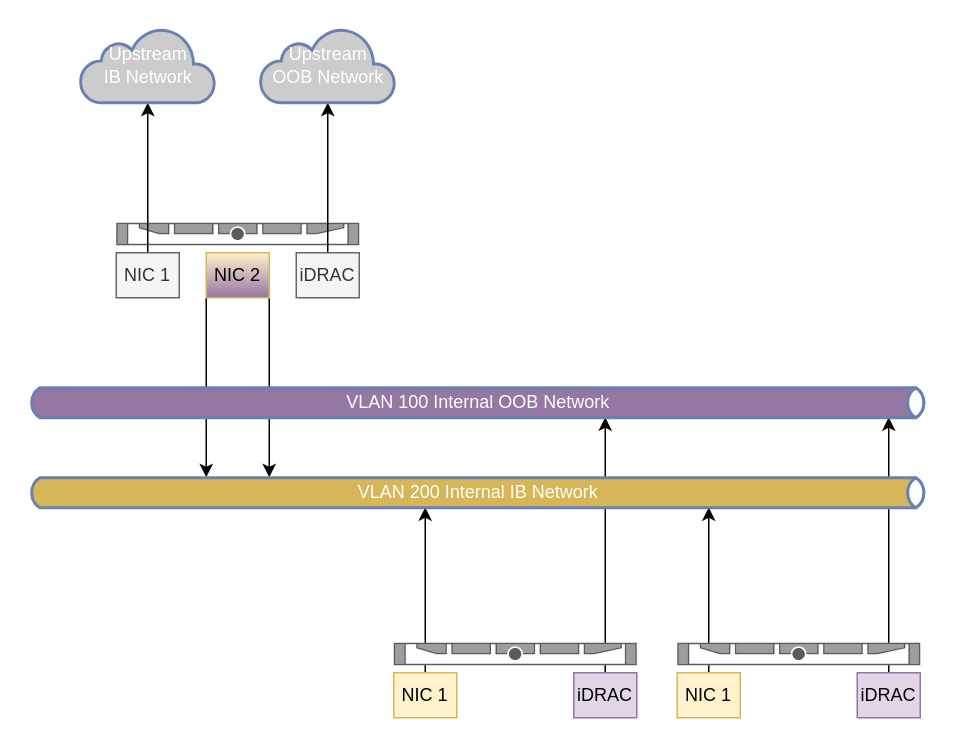
Earlier version of the draw.io diagram infra/cork-one/network-architecture.drawio (simontesar/metal-operator-test-framework). Source tidied: cells renumbered, new cells numbered last; positions are measured from the earlier drawing's top-left corner, leaving out a move shared by most shapes. Both pictures are drawn from the tidied source at 150%, with x=0, y=0 at pixel (27, 27).
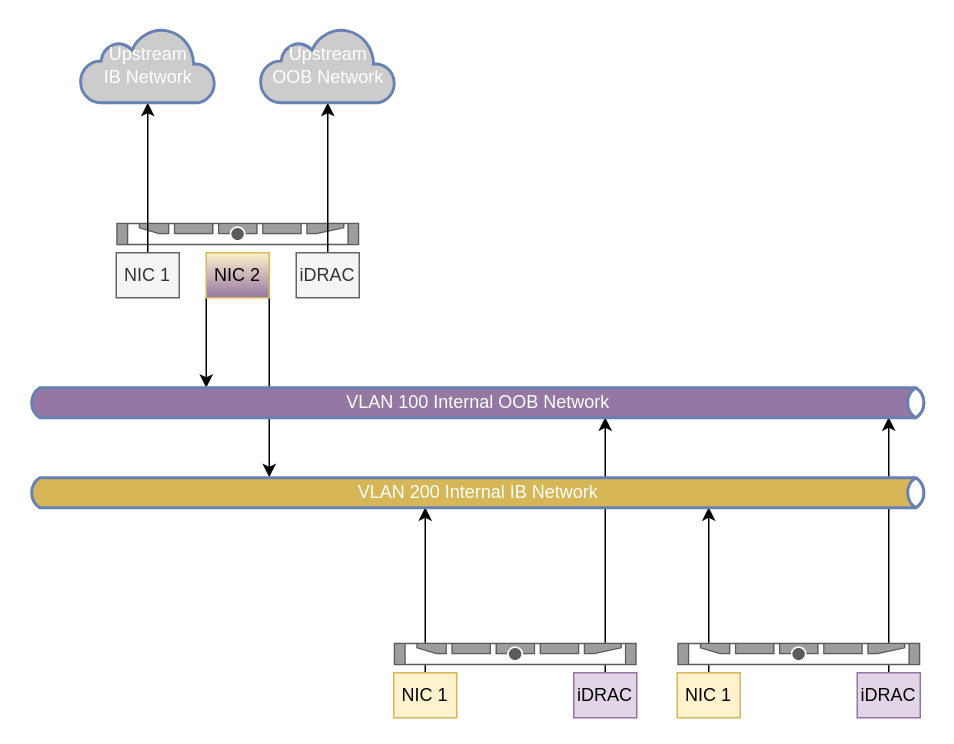
The same diagram, later.

Commit message:
infra: cork-one: correct nic connection

The change refers to these unchanged cells:
```xml
<mxCell id="8" value="VLAN 100 Internal OOB Network" style="html=1;outlineConnect=0;fillColor=#9577A3;strokeColor=#6881B3;gradientColor=none;gradientDirection=north;strokeWidth=2;shape=mxgraph.networks.bus;gradientColor=none;gradientDirection=north;fontColor=#ffffff;perimeter=backbonePerimeter;backboneSize=20;" parent="1" vertex="1">
  <mxGeometry y="220" width="600" height="60" as="geometry" />
</mxCell>
<mxCell id="21" value="NIC 2" style="rounded=0;whiteSpace=wrap;html=1;fillColor=#fff2cc;strokeColor=light-dark(#D6B656,#9577A3);rotation=0;gradientColor=#9577A3;gradientDirection=south;fillStyle=auto;" parent="1" vertex="1">
  <mxGeometry x="119" y="150" width="42" height="30" as="geometry" />
</mxCell>
```

Diff of the diagram source:
```diff
@@
-    <mxCell id="6" style="edgeStyle=none;html=1;exitX=0;exitY=1;exitDx=0;exitDy=0;fillColor=#e1d5e7;strokeColor=#000000;" parent="1" edge="1" source="21">
-      <mxGeometry relative="1" as="geometry">
-        <mxPoint x="119" y="299.7" as="targetPoint" />
-      </mxGeometry>
+    <mxCell id="6" style="edgeStyle=none;html=1;exitX=0;exitY=1;exitDx=0;exitDy=0;fillColor=#e1d5e7;strokeColor=#000000;" parent="1" edge="1" source="21" target="8">
+      <mxGeometry relative="1" as="geometry" />
     </mxCell>
```
